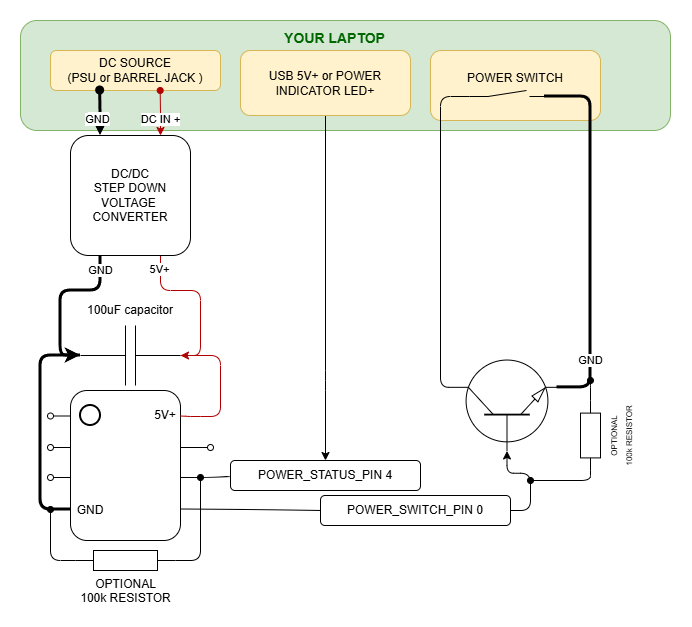
Above: img/diagram.png in FukkenMaster/Recover_After_Power_Loss_with_Attiny13A (draw.io), before the change. Source tidied: cells renumbered, new cells last; positions are measured from the earlier drawing's top-left corner, leaving out a move shared by most shapes.
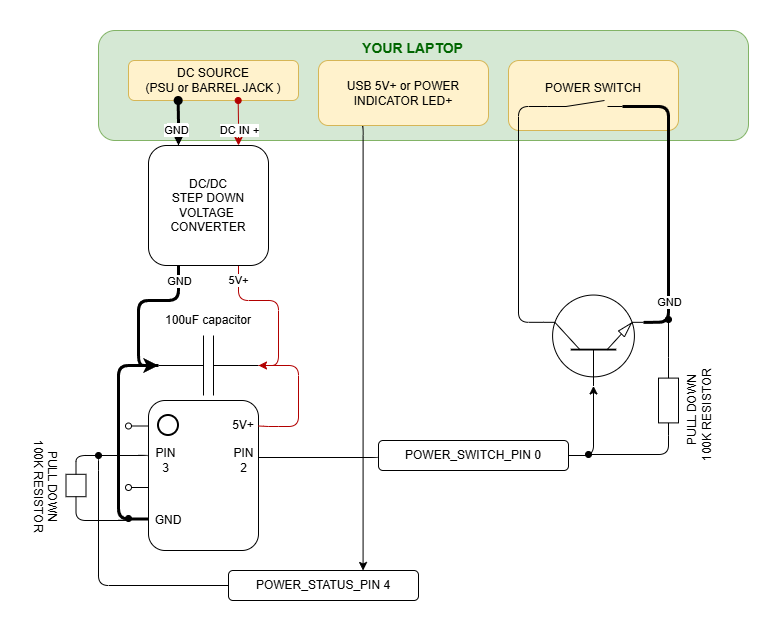
The same diagram one commit later.

Change to the diagram source:
```diff
@@ -2,11 +2,6 @@
   <root>
     <mxCell id="0" />
     <mxCell id="1" parent="0" />
-    <mxCell id="2" style="edgeStyle=orthogonalEdgeStyle;rounded=0;jettySize=auto;html=1;exitX=0;exitY=0.38;exitDx=0;exitDy=0;exitPerimeter=0;endArrow=oval;endFill=0;" parent="1" edge="1" source="6">
-      <mxGeometry relative="1" as="geometry">
-        <mxPoint x="30" y="427" as="targetPoint" />
-      </mxGeometry>
-    </mxCell>
     <mxCell id="3" style="edgeStyle=orthogonalEdgeStyle;rounded=0;jettySize=auto;html=1;exitX=0;exitY=0.58;exitDx=0;exitDy=0;exitPerimeter=0;endArrow=oval;endFill=0;" parent="1" edge="1" source="6">
       <mxGeometry relative="1" as="geometry">
         <mxPoint x="30" y="457.1" as="targetPoint" />
@@ -17,11 +12,6 @@
         <mxPoint x="30" y="395.4" as="targetPoint" />
       </mxGeometry>
     </mxCell>
-    <mxCell id="5" style="edgeStyle=orthogonalEdgeStyle;rounded=0;jettySize=auto;html=1;exitX=1;exitY=0.38;exitDx=0;exitDy=0;exitPerimeter=0;endArrow=oval;endFill=0;" parent="1" edge="1" source="6">
-      <mxGeometry relative="1" as="geometry">
-        <mxPoint x="190" y="427.1" as="targetPoint" />
-      </mxGeometry>
-    </mxCell>
     <mxCell id="6" style="whiteSpace=wrap;html=1;points=[[0,0,0,0,0],[0,0.17,0,0,0],[0,0.38,0,0,0],[0,0.58,0,0,0],[0,0.79,0,0,0],[0,1,0,0,0],[0.25,0,0,0,0],[0.25,1,0,0,0],[0.5,0,0,0,0],[0.5,1,0,0,0],[0.75,0,0,0,0],[0.75,1,0,0,0],[1,0,0,0,0],[1,0.17,0,0,0],[1,0.38,0,0,0],[1,0.58,0,0,0],[1,0.79,0,0,0],[1,1,0,0,0]];rounded=1;glass=0;" parent="1" vertex="1">
       <mxGeometry x="50" y="370" width="110" height="150" as="geometry" />
     </mxCell>
@@ -59,7 +49,7 @@
       <mxGeometry x="55" y="480" width="30" height="20" as="geometry" />
     </mxCell>
     <mxCell id="14" style="group;" parent="1" vertex="1">
-      <mxGeometry x="210" y="440" width="190" height="30" as="geometry" />
+      <mxGeometry x="130" y="540" width="190" height="30" as="geometry" />
     </mxCell>
     <mxCell id="15" style="rounded=1;whiteSpace=wrap;html=1;" parent="14" vertex="1">
       <mxGeometry width="190" height="30" as="geometry" />
@@ -68,7 +58,7 @@
       <mxGeometry x="15.8" width="158.3" height="30" as="geometry" />
     </mxCell>
     <mxCell id="17" value="POWER_SWITCH_PIN 0" style="group;" parent="1" vertex="1">
-      <mxGeometry x="300" y="475" width="190" height="30" as="geometry" />
+      <mxGeometry x="280" y="410" width="190" height="30" as="geometry" />
     </mxCell>
     <mxCell id="18" style="rounded=1;whiteSpace=wrap;html=1;" parent="17" vertex="1">
       <mxGeometry width="190" height="30" as="geometry" />
@@ -77,7 +67,7 @@
       <mxGeometry x="15.8" width="158.3" height="30" as="geometry" />
     </mxCell>
     <mxCell id="20" style="verticalLabelPosition=bottom;shadow=0;dashed=0;align=center;html=1;verticalAlign=top;shape=mxgraph.electrical.transistors.npn_transistor_1;rotation=-90;" parent="1" vertex="1">
-      <mxGeometry x="439" y="335" width="95" height="100" as="geometry" />
+      <mxGeometry x="447.5" y="260" width="95" height="100" as="geometry" />
     </mxCell>
     <mxCell id="21" style="rounded=1;whiteSpace=wrap;html=1;fillColor=#d5e8d4;strokeColor=#82b366;" parent="1" vertex="1">
       <mxGeometry width="650" height="110" as="geometry" />
@@ -109,30 +99,29 @@
     <mxCell id="28" style="edgeStyle=orthogonalEdgeStyle;rounded=1;jettySize=auto;html=1;exitX=1;exitY=0.5;exitDx=0;exitDy=0;startArrow=none;startFill=0;endArrow=classic;endFill=1;entryX=0;entryY=0.5;entryDx=0;entryDy=0;entryPerimeter=0;curved=0;" parent="1" edge="1" source="18" target="20">
       <mxGeometry relative="1" as="geometry" />
     </mxCell>
-    <mxCell id="29" style="edgeStyle=orthogonalEdgeStyle;rounded=0;jettySize=auto;html=1;exitX=0;exitY=0.5;exitDx=0;exitDy=0;entryX=1;entryY=0.79;entryDx=0;entryDy=0;entryPerimeter=0;endArrow=none;endFill=0;curved=1;" parent="1" edge="1" source="18" target="6">
+    <mxCell id="29" style="edgeStyle=orthogonalEdgeStyle;rounded=1;jettySize=auto;html=1;exitX=0;exitY=0.5;exitDx=0;exitDy=0;entryX=1;entryY=0.38;entryDx=0;entryDy=0;entryPerimeter=0;endArrow=none;endFill=0;curved=0;" parent="1" edge="1" source="18" target="6">
       <mxGeometry relative="1" as="geometry">
         <Array as="points">
-          <mxPoint x="240" y="489" />
-          <mxPoint x="200" y="489" />
+          <mxPoint x="280" y="427" />
         </Array>
       </mxGeometry>
     </mxCell>
     <mxCell id="30" style="edgeStyle=orthogonalEdgeStyle;rounded=1;jettySize=auto;html=1;exitX=1;exitY=0.5;exitDx=0;exitDy=0;exitPerimeter=0;endArrow=oval;endFill=1;curved=0;" parent="1" edge="1" source="31">
       <mxGeometry relative="1" as="geometry">
-        <mxPoint x="510" y="460" as="targetPoint" />
+        <mxPoint x="490" y="424" as="targetPoint" />
         <Array as="points">
-          <mxPoint x="570" y="460" />
+          <mxPoint x="570" y="424" />
         </Array>
       </mxGeometry>
     </mxCell>
     <mxCell id="31" style="verticalLabelPosition=bottom;shadow=0;dashed=0;align=center;html=1;verticalAlign=top;shape=mxgraph.electrical.resistors.resistor_1;direction=south;" parent="1" vertex="1">
-      <mxGeometry x="560" y="380" width="20" height="70" as="geometry" />
+      <mxGeometry x="560" y="335" width="20" height="70" as="geometry" />
     </mxCell>
     <mxCell id="32" style="edgeStyle=orthogonalEdgeStyle;rounded=1;jettySize=auto;html=1;exitX=1;exitY=1;exitDx=0;exitDy=0;exitPerimeter=0;curved=0;endArrow=none;endFill=0;entryX=0.7;entryY=1;entryDx=0;entryDy=0;entryPerimeter=0;strokeWidth=3;" parent="1" edge="1" source="36" target="20">
       <mxGeometry relative="1" as="geometry">
         <Array as="points">
           <mxPoint x="570" y="76" />
-          <mxPoint x="570" y="367" />
+          <mxPoint x="570" y="292" />
         </Array>
       </mxGeometry>
     </mxCell>
@@ -145,7 +134,7 @@
       <mxGeometry relative="1" as="geometry">
         <Array as="points">
           <mxPoint x="420" y="76" />
-          <mxPoint x="420" y="367" />
+          <mxPoint x="420" y="292" />
         </Array>
       </mxGeometry>
     </mxCell>
@@ -155,51 +144,54 @@
     <mxCell id="36" style="verticalLabelPosition=bottom;shadow=0;dashed=0;align=center;html=1;verticalAlign=top;shape=mxgraph.electrical.electro-mechanical.make_contact;" parent="1" vertex="1">
       <mxGeometry x="449" y="70" width="75" height="6" as="geometry" />
     </mxCell>
-    <mxCell id="37" style="edgeStyle=orthogonalEdgeStyle;rounded=1;jettySize=auto;html=1;exitX=0.5;exitY=1;exitDx=0;exitDy=0;curved=0;" parent="1" edge="1" source="38" target="16">
+    <mxCell id="37" style="edgeStyle=orthogonalEdgeStyle;rounded=1;jettySize=auto;html=1;exitX=0.25;exitY=1;exitDx=0;exitDy=0;curved=0;entryX=0.75;entryY=0;entryDx=0;entryDy=0;" parent="1" edge="1" source="38" target="16">
       <mxGeometry relative="1" as="geometry">
         <Array as="points">
-          <mxPoint x="305" y="360" />
-          <mxPoint x="305" y="360" />
+          <mxPoint x="265" y="95" />
         </Array>
       </mxGeometry>
     </mxCell>
     <mxCell id="38" value="USB 5V+ or POWER INDICATOR LED+" style="rounded=1;whiteSpace=wrap;html=1;fillColor=#fff2cc;strokeColor=#d6b656;" parent="1" vertex="1">
       <mxGeometry x="220" y="30" width="170" height="65" as="geometry" />
     </mxCell>
-    <mxCell id="39" style="edgeStyle=orthogonalEdgeStyle;rounded=0;jettySize=auto;html=1;exitX=0;exitY=0.5;exitDx=0;exitDy=0;startArrow=none;startFill=0;endArrow=none;endFill=0;entryX=1;entryY=0.58;entryDx=0;entryDy=0;entryPerimeter=0;curved=1;" parent="1" edge="1" source="15" target="6">
+    <mxCell id="39" style="edgeStyle=orthogonalEdgeStyle;rounded=1;jettySize=auto;html=1;exitX=0;exitY=0.5;exitDx=0;exitDy=0;startArrow=none;startFill=0;endArrow=oval;endFill=1;curved=0;" parent="1" edge="1" source="15">
       <mxGeometry relative="1" as="geometry">
+        <mxPoint y="425" as="targetPoint" />
         <Array as="points">
-          <mxPoint x="210" y="457" />
+          <mxPoint y="555" />
+          <mxPoint y="430" />
         </Array>
       </mxGeometry>
     </mxCell>
-    <mxCell id="40" style="edgeStyle=orthogonalEdgeStyle;rounded=1;jettySize=auto;html=1;exitX=1;exitY=0.5;exitDx=0;exitDy=0;exitPerimeter=0;endArrow=oval;endFill=1;curved=0;" parent="1" edge="1" source="41">
-      <mxGeometry relative="1" as="geometry">
-        <mxPoint x="180" y="457" as="targetPoint" />
-        <Array as="points">
-          <mxPoint x="180" y="540" />
-          <mxPoint x="180" y="457" />
-        </Array>
-      </mxGeometry>
-    </mxCell>
+    <mxCell id="51" style="edgeStyle=orthogonalEdgeStyle;rounded=1;jettySize=auto;html=1;exitX=1;exitY=0.5;exitDx=0;exitDy=0;exitPerimeter=0;endArrow=oval;endFill=1;curved=0;" parent="1" edge="1" source="41">
+      <mxGeometry relative="1" as="geometry">
+        <mxPoint x="30" y="488" as="targetPoint" />
+        <Array as="points">
+          <mxPoint x="-22" y="490" />
+        </Array>
+      </mxGeometry>
+    </mxCell>
+    <mxCell id="52" style="edgeStyle=orthogonalEdgeStyle;rounded=1;jettySize=auto;html=1;exitX=0;exitY=0.5;exitDx=0;exitDy=0;exitPerimeter=0;endArrow=none;endFill=0;curved=0;entryX=0;entryY=0.38;entryDx=0;entryDy=0;entryPerimeter=0;" parent="1" edge="1" source="41" target="6">
+      <mxGeometry relative="1" as="geometry">
+        <Array as="points">
+          <mxPoint x="-22" y="425" />
+          <mxPoint x="50" y="425" />
+        </Array>
+      </mxGeometry>
+    </mxCell>
-    <mxCell id="41" value="OPTIONAL&lt;br&gt;100k RESISTOR" style="verticalLabelPosition=bottom;shadow=0;dashed=0;align=center;html=1;verticalAlign=top;shape=mxgraph.electrical.resistors.resistor_1;" parent="1" vertex="1">
-      <mxGeometry x="55" y="530" width="100" height="20" as="geometry" />
+    <mxCell id="41" value="PULL DOWN&lt;br&gt;100K RESISTOR" style="verticalLabelPosition=bottom;shadow=0;dashed=0;align=center;html=1;verticalAlign=top;shape=mxgraph.electrical.resistors.resistor_1;rotation=90;" parent="1" vertex="1">
+      <mxGeometry x="-40" y="445" width="35" height="20" as="geometry" />
     </mxCell>
-    <mxCell id="42" style="edgeStyle=orthogonalEdgeStyle;rounded=1;jettySize=auto;html=1;exitX=0;exitY=0.5;exitDx=0;exitDy=0;exitPerimeter=0;curved=0;endArrow=oval;endFill=1;" parent="1" edge="1" source="41">
-      <mxGeometry relative="1" as="geometry">
-        <mxPoint x="30" y="489" as="targetPoint" />
-      </mxGeometry>
-    </mxCell>
     <mxCell id="43" style="edgeStyle=orthogonalEdgeStyle;rounded=1;jettySize=auto;html=1;exitX=0;exitY=0.5;exitDx=0;exitDy=0;exitPerimeter=0;curved=0;endArrow=oval;endFill=1;" parent="1" edge="1" source="31">
       <mxGeometry relative="1" as="geometry">
-        <mxPoint x="570" y="360" as="targetPoint" />
+        <mxPoint x="570" y="289" as="targetPoint" />
         <Array as="points">
-          <mxPoint x="570" y="367" />
+          <mxPoint x="570" y="337" />
         </Array>
       </mxGeometry>
     </mxCell>
-    <mxCell id="44" value="&lt;font style=&quot;line-height: 100%; font-size: 8px;&quot;&gt;&lt;span style=&quot;text-wrap-mode: nowrap;&quot;&gt;OPTIONAL&lt;/span&gt;&lt;br style=&quot;text-wrap-mode: nowrap;&quot;&gt;&lt;span style=&quot;text-wrap-mode: nowrap;&quot;&gt;100k RESISTOR&lt;/span&gt;&lt;/font&gt;" style="text;html=1;whiteSpace=wrap;strokeColor=none;fillColor=none;align=center;verticalAlign=middle;rounded=0;rotation=-90;" parent="1" vertex="1">
-      <mxGeometry x="570" y="415" width="60" as="geometry" />
+    <mxCell id="44" value="&lt;span style=&quot;text-wrap-mode: nowrap;&quot;&gt;&amp;nbsp; &amp;nbsp;PULL DOWN&lt;/span&gt;&lt;br style=&quot;text-wrap-mode: nowrap;&quot;&gt;&lt;span style=&quot;text-wrap-mode: nowrap;&quot;&gt;100K RESISTOR&lt;/span&gt;" style="text;html=1;whiteSpace=wrap;strokeColor=none;fillColor=none;align=center;verticalAlign=middle;rounded=0;rotation=-90;" parent="1" vertex="1">
+      <mxGeometry x="570" y="385" width="60" as="geometry" />
     </mxCell>
     <mxCell id="45" value="&lt;font style=&quot;font-size: 14px; color: rgb(0, 102, 0);&quot;&gt;YOUR LAPTOP&lt;/font&gt;" style="text;strokeColor=none;fillColor=none;html=1;fontSize=24;fontStyle=1;verticalAlign=middle;align=center;" parent="1" vertex="1">
       <mxGeometry x="266" width="96" height="30" as="geometry" />
@@ -229,5 +221,11 @@
         <mxPoint y="1" as="offset" />
       </mxGeometry>
     </mxCell>
+    <mxCell id="53" value="PIN 3" style="text;html=1;whiteSpace=wrap;strokeColor=none;fillColor=none;align=center;verticalAlign=middle;rounded=0;" parent="1" vertex="1">
+      <mxGeometry x="55" y="420" width="25" height="20" as="geometry" />
+    </mxCell>
+    <mxCell id="54" value="PIN 2" style="text;html=1;whiteSpace=wrap;strokeColor=none;fillColor=none;align=center;verticalAlign=middle;rounded=0;" parent="1" vertex="1">
+      <mxGeometry x="132.5" y="420" width="25" height="20" as="geometry" />
+    </mxCell>
   </root>
 </mxGraphModel>
```
